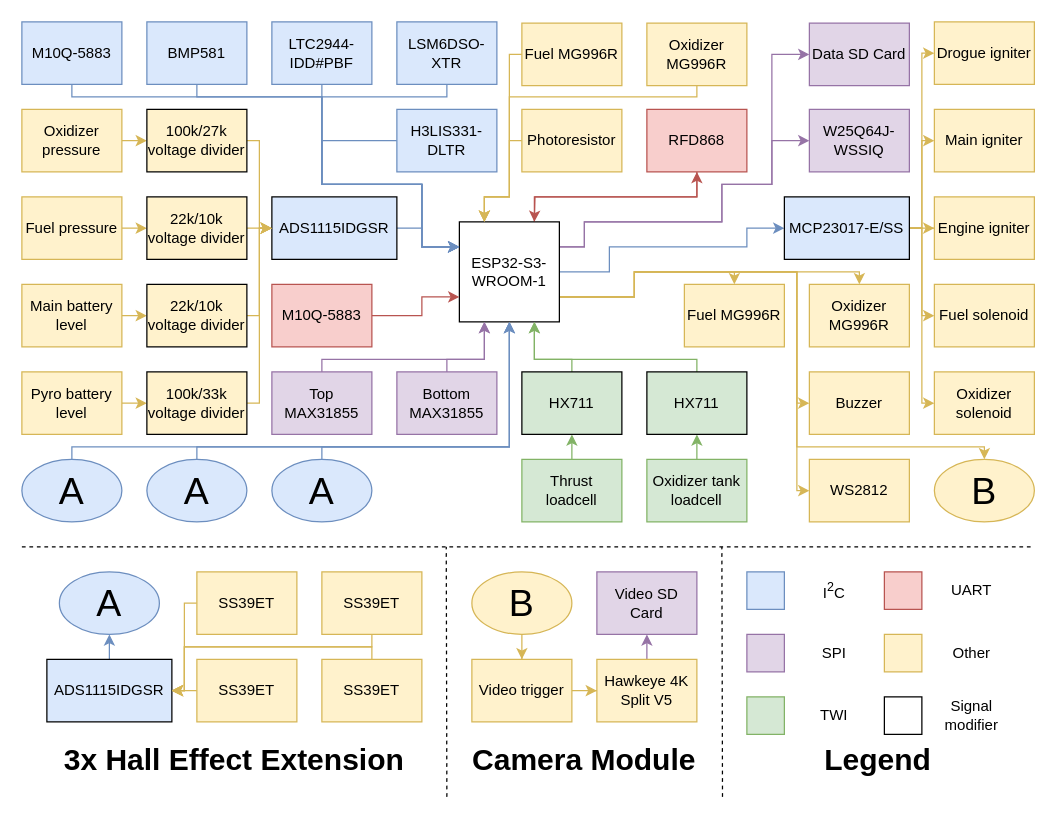
Above: media/dynamometerDataHandling.drawio.xml in MikoZ321/resat-rocket (draw.io), before the change. Source tidied: cells renumbered, new cells numbered last; positions are measured from the earlier drawing's top-left corner, leaving out a move shared by most shapes. Both pictures are drawn from the tidied source at 125%, with x=0, y=0 at pixel (21, 21).
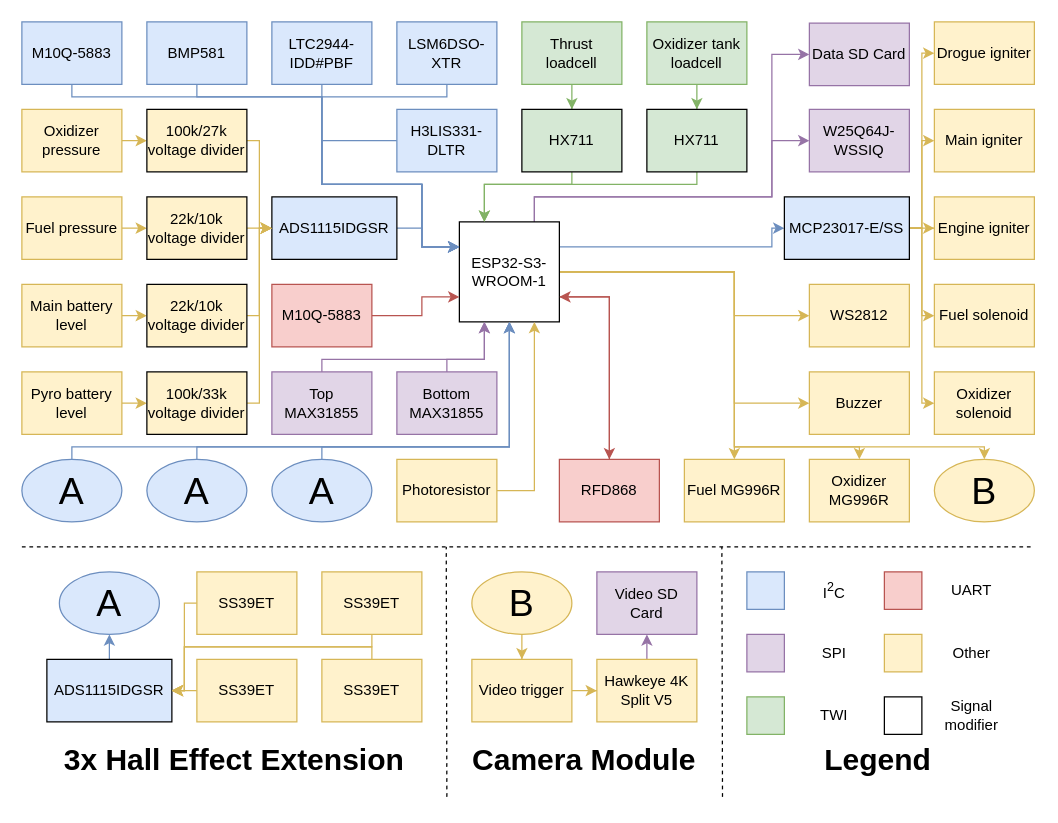
The same page after the edit.

Commit message (it also covers changes not shown here):
update data handling

The change refers to these unchanged cells:
```xml
<mxCell id="13" value="ESP32-S3-WROOM-1" style="whiteSpace=wrap;html=1;rounded=0;" parent="1" vertex="1">
  <mxGeometry x="350" y="160" width="80" height="80" as="geometry" />
</mxCell>
<mxCell id="14" value="Data SD Card" style="rounded=0;whiteSpace=wrap;html=1;fillColor=#e1d5e7;strokeColor=#9673a6;" parent="1" vertex="1">
  <mxGeometry x="630" y="1" width="80" height="50" as="geometry" />
</mxCell>
<mxCell id="40" value="&lt;span id=&quot;docs-internal-guid-a24bb074-7fff-e90d-af57-3e8982e29cc5&quot;&gt;&lt;span style=&quot;background-color: transparent; font-variant-numeric: normal; font-variant-east-asian: normal; font-variant-alternates: normal; font-variant-position: normal; vertical-align: baseline; white-space-collapse: preserve;&quot;&gt;&lt;font style=&quot;font-size: 12px;&quot;&gt;MCP23017-E/SS&lt;/font&gt;&lt;/span&gt;&lt;/span&gt;" style="rounded=0;whiteSpace=wrap;html=1;fillColor=#dae8fc;strokeColor=light-dark(#000000, #5c79a3);strokeWidth=1;" parent="1" vertex="1">
  <mxGeometry x="610" y="140" width="100" height="50" as="geometry" />
</mxCell>
<mxCell id="53" value="Buzzer" style="rounded=0;whiteSpace=wrap;html=1;fontSize=12;glass=0;strokeWidth=1;shadow=0;perimeterSpacing=0;fillColor=#fff2cc;strokeColor=#d6b656;" parent="1" vertex="1">
  <mxGeometry x="630" y="280" width="80" height="50" as="geometry" />
</mxCell>
<mxCell id="100" value="&lt;font style=&quot;font-size: 30px;&quot;&gt;B&lt;/font&gt;" style="ellipse;whiteSpace=wrap;html=1;fillColor=#fff2cc;strokeColor=#d6b656;" parent="1" vertex="1">
  <mxGeometry x="730" y="350" width="80" height="50" as="geometry" />
</mxCell>
<mxCell id="119" value="W25Q64J-WSSIQ" style="rounded=0;whiteSpace=wrap;html=1;fillColor=#e1d5e7;strokeColor=#9673a6;" parent="1" vertex="1">
  <mxGeometry x="630" y="70" width="80" height="50" as="geometry" />
</mxCell>
```

Diff of the diagram source:
```diff
@@
-    <mxCell id="4" style="edgeStyle=orthogonalEdgeStyle;rounded=0;jettySize=auto;html=1;exitX=0.75;exitY=0;exitDx=0;exitDy=0;entryX=0.5;entryY=1;entryDx=0;entryDy=0;fillColor=#f8cecc;strokeColor=#b85450;" parent="1" edge="1" source="13" target="18">
-      <mxGeometry relative="1" as="geometry" />
-    </mxCell>
-    <mxCell id="5" style="edgeStyle=orthogonalEdgeStyle;rounded=0;jettySize=auto;html=1;exitX=1;exitY=0.25;exitDx=0;exitDy=0;entryX=0;entryY=0.5;entryDx=0;entryDy=0;fillColor=#e1d5e7;strokeColor=#9673a6;" parent="1" edge="1" source="13" target="14">
+    <mxCell id="5" style="edgeStyle=orthogonalEdgeStyle;rounded=0;jettySize=auto;html=1;exitX=0.75;exitY=0;exitDx=0;exitDy=0;entryX=0;entryY=0.5;entryDx=0;entryDy=0;fillColor=#e1d5e7;strokeColor=#9673a6;" parent="1" edge="1" source="13" target="14">
       <mxGeometry relative="1" as="geometry">
         <Array as="points">
-          <mxPoint x="450" y="180" />
-          <mxPoint x="450" y="160" />
-          <mxPoint x="560" y="160" />
-          <mxPoint x="560" y="130" />
-          <mxPoint x="600" y="130" />
+          <mxPoint x="410" y="140" />
+          <mxPoint x="600" y="140" />
           <mxPoint x="600" y="26" />
         </Array>
       </mxGeometry>
     </mxCell>
-    <mxCell id="6" style="edgeStyle=orthogonalEdgeStyle;rounded=0;jettySize=auto;html=1;exitX=1;exitY=0.25;exitDx=0;exitDy=0;entryX=0;entryY=0.5;entryDx=0;entryDy=0;fillColor=#e1d5e7;strokeColor=#9673a6;" parent="1" edge="1" source="13" target="119">
+    <mxCell id="6" style="edgeStyle=orthogonalEdgeStyle;rounded=0;jettySize=auto;html=1;exitX=0.75;exitY=0;exitDx=0;exitDy=0;entryX=0;entryY=0.5;entryDx=0;entryDy=0;fillColor=#e1d5e7;strokeColor=#9673a6;" parent="1" edge="1" source="13" target="119">
       <mxGeometry relative="1" as="geometry">
         <Array as="points">
-          <mxPoint x="450" y="180" />
-          <mxPoint x="450" y="160" />
-          <mxPoint x="560" y="160" />
-          <mxPoint x="560" y="130" />
-          <mxPoint x="600" y="130" />
+          <mxPoint x="410" y="140" />
+          <mxPoint x="600" y="140" />
           <mxPoint x="600" y="95" />
         </Array>
       </mxGeometry>
     </mxCell>
-    <mxCell id="7" style="edgeStyle=orthogonalEdgeStyle;rounded=0;jettySize=auto;html=1;exitX=1;exitY=0.5;exitDx=0;exitDy=0;entryX=0;entryY=0.5;entryDx=0;entryDy=0;fillColor=#dae8fc;strokeColor=#6c8ebf;" parent="1" edge="1" source="13" target="40">
+    <mxCell id="7" style="edgeStyle=orthogonalEdgeStyle;rounded=0;jettySize=auto;html=1;exitX=1;exitY=0.25;exitDx=0;exitDy=0;entryX=0;entryY=0.5;entryDx=0;entryDy=0;fillColor=#dae8fc;strokeColor=#6c8ebf;" parent="1" edge="1" source="13" target="40">
       <mxGeometry relative="1" as="geometry">
         <Array as="points">
-          <mxPoint x="470" y="200" />
-          <mxPoint x="470" y="180" />
-          <mxPoint x="580" y="180" />
-          <mxPoint x="580" y="165" />
+          <mxPoint x="600" y="180" />
+          <mxPoint x="600" y="165" />
         </Array>
       </mxGeometry>
     </mxCell>
+    <mxCell id="4" style="edgeStyle=orthogonalEdgeStyle;rounded=0;jettySize=auto;html=1;exitX=1;exitY=0.75;exitDx=0;exitDy=0;entryX=0.5;entryY=0;entryDx=0;entryDy=0;fillColor=#f8cecc;strokeColor=#b85450;" parent="1" edge="1" source="13" target="18">
+      <mxGeometry relative="1" as="geometry" />
+    </mxCell>
+    <mxCell id="10" style="edgeStyle=orthogonalEdgeStyle;rounded=0;jettySize=auto;html=1;entryX=0;entryY=0.5;entryDx=0;entryDy=0;fillColor=#fff2cc;strokeColor=#d6b656;" parent="1" edge="1" source="13" target="53">
+      <mxGeometry relative="1" as="geometry">
+        <Array as="points">
+          <mxPoint x="570" y="200" />
+          <mxPoint x="570" y="305" />
+        </Array>
+      </mxGeometry>
+    </mxCell>
-    <mxCell id="8" style="edgeStyle=orthogonalEdgeStyle;rounded=0;jettySize=auto;html=1;exitX=1;exitY=0.75;exitDx=0;exitDy=0;entryX=0.5;entryY=0;entryDx=0;entryDy=0;fillColor=#fff2cc;strokeColor=#d6b656;" parent="1" edge="1" source="13" target="121">
-      <mxGeometry relative="1" as="geometry">
-        <Array as="points">
-          <mxPoint x="490" y="220" />
-          <mxPoint x="490" y="200" />
-          <mxPoint x="570" y="200" />
-        </Array>
-      </mxGeometry>
+    <mxCell id="8" style="edgeStyle=orthogonalEdgeStyle;rounded=0;jettySize=auto;html=1;entryX=0.5;entryY=0;entryDx=0;entryDy=0;fillColor=#fff2cc;strokeColor=#d6b656;" parent="1" edge="1" source="13" target="121">
+      <mxGeometry relative="1" as="geometry" />
     </mxCell>
-    <mxCell id="9" style="edgeStyle=orthogonalEdgeStyle;rounded=0;jettySize=auto;html=1;exitX=1;exitY=0.75;exitDx=0;exitDy=0;entryX=0.5;entryY=0;entryDx=0;entryDy=0;fillColor=#fff2cc;strokeColor=#d6b656;" parent="1" edge="1" source="13" target="120">
-      <mxGeometry relative="1" as="geometry">
-        <Array as="points">
-          <mxPoint x="490" y="220" />
-          <mxPoint x="490" y="200" />
-          <mxPoint x="670" y="200" />
-        </Array>
-      </mxGeometry>
-    </mxCell>
-    <mxCell id="10" style="edgeStyle=orthogonalEdgeStyle;rounded=0;jettySize=auto;html=1;exitX=1;exitY=0.75;exitDx=0;exitDy=0;entryX=0;entryY=0.5;entryDx=0;entryDy=0;fillColor=#fff2cc;strokeColor=#d6b656;" parent="1" edge="1" source="13" target="53">
-      <mxGeometry relative="1" as="geometry">
-        <Array as="points">
-          <mxPoint x="490" y="220" />
-          <mxPoint x="490" y="200" />
-          <mxPoint x="620" y="200" />
-          <mxPoint x="620" y="305" />
-        </Array>
-      </mxGeometry>
-    </mxCell>
-    <mxCell id="11" style="edgeStyle=orthogonalEdgeStyle;rounded=0;jettySize=auto;html=1;exitX=1;exitY=0.75;exitDx=0;exitDy=0;entryX=0;entryY=0.5;entryDx=0;entryDy=0;fillColor=#fff2cc;strokeColor=#d6b656;" parent="1" edge="1" source="13" target="54">
+    <mxCell id="11" style="edgeStyle=orthogonalEdgeStyle;rounded=0;jettySize=auto;html=1;entryX=0;entryY=0.5;entryDx=0;entryDy=0;fillColor=#fff2cc;strokeColor=#d6b656;" parent="1" edge="1" source="13" target="54">
       <mxGeometry relative="1" as="geometry">
         <Array as="points">
-          <mxPoint x="490" y="220" />
-          <mxPoint x="490" y="200" />
-          <mxPoint x="620" y="200" />
-          <mxPoint x="620" y="375" />
+          <mxPoint x="570" y="200" />
+          <mxPoint x="570" y="235" />
         </Array>
       </mxGeometry>
     </mxCell>
-    <mxCell id="12" style="edgeStyle=orthogonalEdgeStyle;rounded=0;jettySize=auto;html=1;exitX=1;exitY=0.75;exitDx=0;exitDy=0;entryX=0.5;entryY=0;entryDx=0;entryDy=0;fillColor=#fff2cc;strokeColor=#d6b656;" parent="1" edge="1" source="13" target="100">
+    <mxCell id="12" style="edgeStyle=orthogonalEdgeStyle;rounded=0;jettySize=auto;html=1;exitX=1;exitY=0.5;exitDx=0;exitDy=0;entryX=0.5;entryY=0;entryDx=0;entryDy=0;fillColor=#fff2cc;strokeColor=#d6b656;" parent="1" edge="1" source="13" target="100">
       <mxGeometry relative="1" as="geometry">
         <Array as="points">
-          <mxPoint x="490" y="220" />
-          <mxPoint x="490" y="200" />
-          <mxPoint x="620" y="200" />
-          <mxPoint x="620" y="340" />
+          <mxPoint x="570" y="200" />
+          <mxPoint x="570" y="340" />
           <mxPoint x="770" y="340" />
         </Array>
       </mxGeometry>
     </mxCell>
+    <mxCell id="9" style="edgeStyle=orthogonalEdgeStyle;rounded=0;jettySize=auto;html=1;exitX=1;exitY=0.5;exitDx=0;exitDy=0;entryX=0.5;entryY=0;entryDx=0;entryDy=0;fillColor=#fff2cc;strokeColor=#d6b656;" parent="1" edge="1" source="13" target="120">
+      <mxGeometry relative="1" as="geometry">
+        <Array as="points">
+          <mxPoint x="570" y="200" />
+          <mxPoint x="570" y="340" />
+          <mxPoint x="670" y="340" />
+        </Array>
+      </mxGeometry>
+    </mxCell>
@@
-    <mxCell id="17" style="edgeStyle=orthogonalEdgeStyle;rounded=0;jettySize=auto;html=1;exitX=0.5;exitY=1;exitDx=0;exitDy=0;fillColor=#f8cecc;strokeColor=#b85450;" parent="1" edge="1" source="18">
-      <mxGeometry relative="1" as="geometry">
-        <mxPoint x="410" y="160" as="targetPoint" />
-      </mxGeometry>
-    </mxCell>
+    <mxCell id="122" style="edgeStyle=orthogonalEdgeStyle;rounded=0;jettySize=auto;html=1;entryX=1;entryY=0.75;entryDx=0;entryDy=0;fillColor=#f8cecc;strokeColor=#b85450;" parent="1" edge="1" source="18" target="13">
+      <mxGeometry relative="1" as="geometry" />
+    </mxCell>
     <mxCell id="18" value="RFD868" style="rounded=0;whiteSpace=wrap;html=1;fontSize=12;glass=0;strokeWidth=1;shadow=0;perimeterSpacing=0;fillColor=#f8cecc;strokeColor=#b85450;" parent="1" vertex="1">
-      <mxGeometry x="500" y="70" width="80" height="50" as="geometry" />
+      <mxGeometry x="430" y="350" width="80" height="50" as="geometry" />
     </mxCell>
@@
-    <mxCell id="21" style="edgeStyle=orthogonalEdgeStyle;rounded=0;jettySize=auto;html=1;exitX=0.5;exitY=0;exitDx=0;exitDy=0;entryX=0.5;entryY=1;entryDx=0;entryDy=0;fillColor=#d5e8d4;strokeColor=#82b366;" parent="1" edge="1" source="22" target="44">
+    <mxCell id="21" style="edgeStyle=orthogonalEdgeStyle;rounded=0;jettySize=auto;html=1;exitX=0.5;exitY=1;exitDx=0;exitDy=0;fillColor=#d5e8d4;strokeColor=#82b366;" parent="1" edge="1" source="22" target="44">
       <mxGeometry relative="1" as="geometry" />
     </mxCell>
     <mxCell id="22" value="Thrust loadcell" style="rounded=0;whiteSpace=wrap;html=1;fontSize=12;glass=0;strokeWidth=1;shadow=0;perimeterSpacing=0;fillColor=#d5e8d4;strokeColor=#82b366;" parent="1" vertex="1">
-      <mxGeometry x="400" y="350" width="80" height="50" as="geometry" />
+      <mxGeometry x="400" width="80" height="50" as="geometry" />
     </mxCell>
@@
-    <mxCell id="41" style="edgeStyle=orthogonalEdgeStyle;rounded=0;jettySize=auto;html=1;exitX=0.5;exitY=0;exitDx=0;exitDy=0;entryX=0.5;entryY=1;entryDx=0;entryDy=0;fillColor=#d5e8d4;strokeColor=#82b366;" parent="1" edge="1" source="42" target="46">
+    <mxCell id="41" style="edgeStyle=orthogonalEdgeStyle;rounded=0;jettySize=auto;html=1;exitX=0.5;exitY=1;exitDx=0;exitDy=0;fillColor=#d5e8d4;strokeColor=#82b366;" parent="1" edge="1" source="42" target="46">
       <mxGeometry relative="1" as="geometry" />
     </mxCell>
     <mxCell id="42" value="Oxidizer tank loadcell" style="rounded=0;whiteSpace=wrap;html=1;fontSize=12;glass=0;strokeWidth=1;shadow=0;perimeterSpacing=0;fillColor=#d5e8d4;strokeColor=#82b366;" parent="1" vertex="1">
-      <mxGeometry x="500" y="350" width="80" height="50" as="geometry" />
+      <mxGeometry x="500" width="80" height="50" as="geometry" />
     </mxCell>
-    <mxCell id="43" style="edgeStyle=orthogonalEdgeStyle;rounded=0;jettySize=auto;html=1;exitX=0.5;exitY=0;exitDx=0;exitDy=0;entryX=0.75;entryY=1;entryDx=0;entryDy=0;fillColor=#d5e8d4;strokeColor=#82b366;" parent="1" edge="1" source="44" target="13">
+    <mxCell id="43" style="edgeStyle=orthogonalEdgeStyle;rounded=0;jettySize=auto;html=1;entryX=0.25;entryY=0;entryDx=0;entryDy=0;fillColor=#d5e8d4;strokeColor=#82b366;" parent="1" edge="1" source="44" target="13">
       <mxGeometry relative="1" as="geometry">
         <Array as="points">
-          <mxPoint x="440" y="270" />
-          <mxPoint x="410" y="270" />
+          <mxPoint x="440" y="130" />
+          <mxPoint x="370" y="130" />
         </Array>
       </mxGeometry>
     </mxCell>
     <mxCell id="44" value="HX711" style="rounded=0;whiteSpace=wrap;html=1;fontSize=12;glass=0;strokeWidth=1;shadow=0;perimeterSpacing=0;fillColor=#d5e8d4;strokeColor=#000000;" parent="1" vertex="1">
-      <mxGeometry x="400" y="280" width="80" height="50" as="geometry" />
+      <mxGeometry x="400" y="70" width="80" height="50" as="geometry" />
     </mxCell>
-    <mxCell id="45" style="edgeStyle=orthogonalEdgeStyle;rounded=0;jettySize=auto;html=1;fillColor=#d5e8d4;strokeColor=#82b366;" parent="1" edge="1" source="46">
-      <mxGeometry relative="1" as="geometry">
-        <mxPoint x="410" y="240" as="targetPoint" />
-        <Array as="points">
-          <mxPoint x="540" y="270" />
-          <mxPoint x="410" y="270" />
-        </Array>
-      </mxGeometry>
-    </mxCell>
+    <mxCell id="123" style="edgeStyle=orthogonalEdgeStyle;rounded=0;jettySize=auto;html=1;exitX=0.5;exitY=1;exitDx=0;exitDy=0;entryX=0.25;entryY=0;entryDx=0;entryDy=0;fillColor=#d5e8d4;strokeColor=#82b366;" parent="1" edge="1" source="46" target="13">
+      <mxGeometry relative="1" as="geometry">
+        <Array as="points">
+          <mxPoint x="540" y="130" />
+          <mxPoint x="370" y="130" />
+        </Array>
+      </mxGeometry>
+    </mxCell>
     <mxCell id="46" value="HX711" style="rounded=0;whiteSpace=wrap;html=1;fontSize=12;glass=0;strokeWidth=1;shadow=0;perimeterSpacing=0;fillColor=#d5e8d4;strokeColor=#000000;" parent="1" vertex="1">
-      <mxGeometry x="500" y="280" width="80" height="50" as="geometry" />
+      <mxGeometry x="500" y="70" width="80" height="50" as="geometry" />
     </mxCell>
-    <mxCell id="47" style="edgeStyle=orthogonalEdgeStyle;rounded=0;jettySize=auto;html=1;exitX=0;exitY=0.5;exitDx=0;exitDy=0;entryX=0.25;entryY=0;entryDx=0;entryDy=0;fillColor=#fff2cc;strokeColor=#d6b656;" parent="1" edge="1" source="48" target="13">
+    <mxCell id="47" style="edgeStyle=orthogonalEdgeStyle;rounded=0;jettySize=auto;html=1;entryX=0.75;entryY=1;entryDx=0;entryDy=0;fillColor=#fff2cc;strokeColor=#d6b656;" parent="1" edge="1" source="48" target="13">
       <mxGeometry relative="1" as="geometry">
         <Array as="points">
-          <mxPoint x="390" y="95" />
-          <mxPoint x="390" y="140" />
-          <mxPoint x="370" y="140" />
+          <mxPoint x="410" y="375" />
         </Array>
       </mxGeometry>
     </mxCell>
     <mxCell id="48" value="Photoresistor" style="rounded=0;whiteSpace=wrap;html=1;fontSize=12;glass=0;strokeWidth=1;shadow=0;perimeterSpacing=0;fillColor=#fff2cc;strokeColor=#d6b656;" parent="1" vertex="1">
-      <mxGeometry x="400" y="70" width="80" height="50" as="geometry" />
+      <mxGeometry x="300" y="350" width="80" height="50" as="geometry" />
     </mxCell>
-    <mxCell id="49" style="edgeStyle=orthogonalEdgeStyle;rounded=0;jettySize=auto;html=1;exitX=0;exitY=0.5;exitDx=0;exitDy=0;fillColor=#fff2cc;strokeColor=#d6b656;" parent="1" edge="1" source="50">
-      <mxGeometry relative="1" as="geometry">
-        <mxPoint x="370" y="160" as="targetPoint" />
-        <Array as="points">
-          <mxPoint x="390" y="26" />
-          <mxPoint x="390" y="140" />
-          <mxPoint x="370" y="140" />
-        </Array>
-      </mxGeometry>
-    </mxCell>
-    <mxCell id="50" value="Fuel MG996R" style="rounded=0;whiteSpace=wrap;html=1;fontSize=12;glass=0;strokeWidth=1;shadow=0;perimeterSpacing=0;fillColor=#fff2cc;strokeColor=#d6b656;" parent="1" vertex="1">
-      <mxGeometry x="400" y="1" width="80" height="50" as="geometry" />
-    </mxCell>
-    <mxCell id="51" style="edgeStyle=orthogonalEdgeStyle;rounded=0;jettySize=auto;html=1;exitX=0.5;exitY=1;exitDx=0;exitDy=0;fillColor=#fff2cc;strokeColor=#d6b656;" parent="1" edge="1" source="52">
-      <mxGeometry relative="1" as="geometry">
-        <mxPoint x="370" y="160" as="targetPoint" />
-        <Array as="points">
-          <mxPoint x="540" y="60" />
-          <mxPoint x="390" y="60" />
-          <mxPoint x="390" y="140" />
-          <mxPoint x="370" y="140" />
-        </Array>
-      </mxGeometry>
-    </mxCell>
-    <mxCell id="52" value="Oxidizer MG996R" style="rounded=0;whiteSpace=wrap;html=1;fontSize=12;glass=0;strokeWidth=1;shadow=0;perimeterSpacing=0;fillColor=#fff2cc;strokeColor=#d6b656;" parent="1" vertex="1">
-      <mxGeometry x="500" y="1" width="80" height="50" as="geometry" />
-    </mxCell>
@@
     <mxCell id="54" value="&lt;div&gt;WS2812&lt;/div&gt;" style="rounded=0;whiteSpace=wrap;html=1;fontSize=12;glass=0;strokeWidth=1;shadow=0;perimeterSpacing=0;fillColor=#fff2cc;strokeColor=#d6b656;" parent="1" vertex="1">
-      <mxGeometry x="630" y="350" width="80" height="50" as="geometry" />
+      <mxGeometry x="630" y="210" width="80" height="50" as="geometry" />
     </mxCell>
@@
     <mxCell id="120" value="Oxidizer MG996R" style="rounded=0;whiteSpace=wrap;html=1;fontSize=12;glass=0;strokeWidth=1;shadow=0;perimeterSpacing=0;fillColor=#fff2cc;strokeColor=#d6b656;" parent="1" vertex="1">
-      <mxGeometry x="630" y="210" width="80" height="50" as="geometry" />
+      <mxGeometry x="630" y="350" width="80" height="50" as="geometry" />
     </mxCell>
     <mxCell id="121" value="Fuel MG996R" style="rounded=0;whiteSpace=wrap;html=1;fontSize=12;glass=0;strokeWidth=1;shadow=0;perimeterSpacing=0;fillColor=#fff2cc;strokeColor=#d6b656;" parent="1" vertex="1">
-      <mxGeometry x="530" y="210" width="80" height="50" as="geometry" />
+      <mxGeometry x="530" y="350" width="80" height="50" as="geometry" />
     </mxCell>
```
